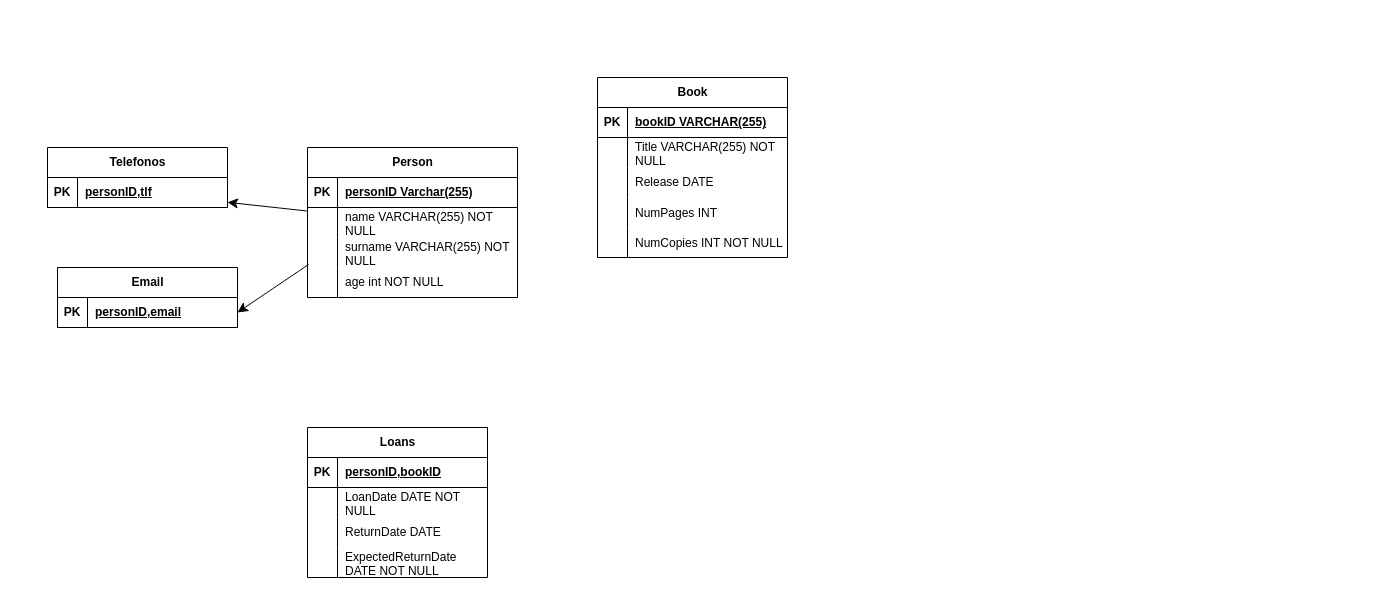
The draw.io diagram Documentation/RelationalDiagram.drawio in nqc-arch/LibraryDatabaseChallenge, before the edit. Source tidied: cells renumbered, new cells numbered last; positions are measured from the earlier drawing's top-left corner, leaving out a move shared by most shapes. Both pictures are drawn from the tidied source at 100%, with x=0, y=0 at pixel (47, 77).
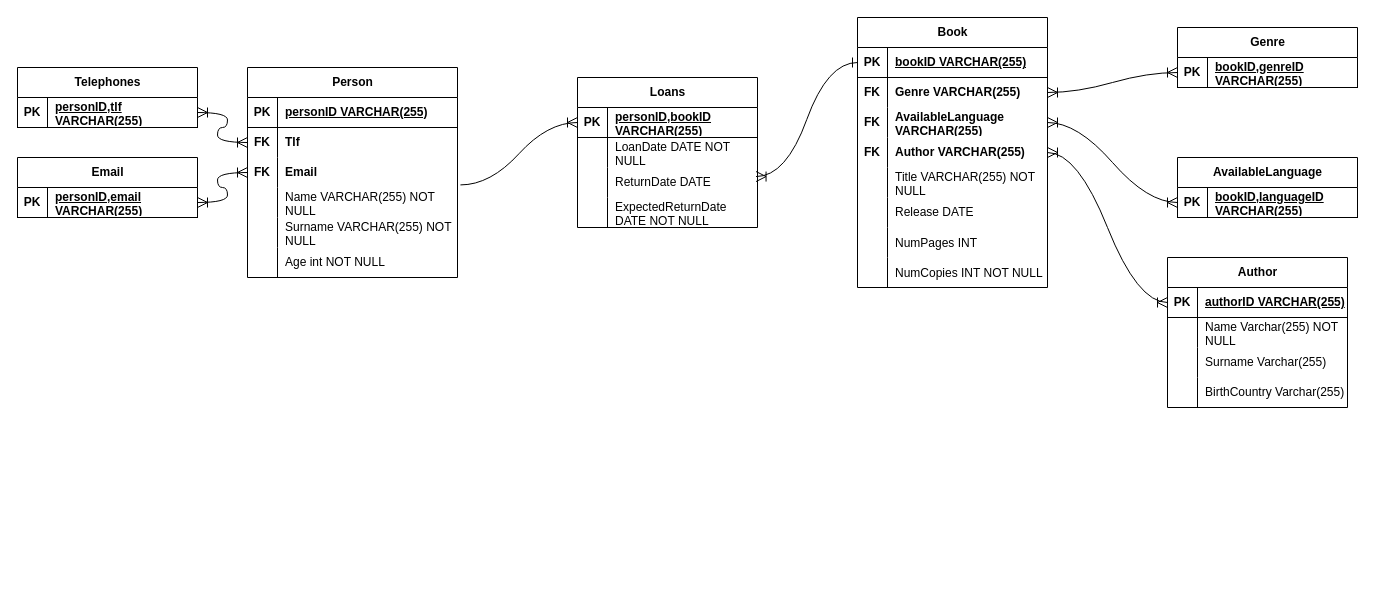
After the change.

Commit message:
relational model almost done

Unchanged cells that the change refers to:
```xml
<mxCell id="4" style="shape=tableRow;horizontal=0;startSize=0;swimlaneHead=0;swimlaneBody=0;fillColor=none;top=0;left=0;right=0;bottom=1;" parent="3" vertex="1">
  <mxGeometry y="30" width="210" height="30" as="geometry" />
</mxCell>
<mxCell id="17" style="shape=tableRow;horizontal=0;startSize=0;swimlaneHead=0;swimlaneBody=0;fillColor=none;points=[[0,0.5],[1,0.5]];portConstraint=eastwest;top=0;left=0;right=0;bottom=1;" parent="16" vertex="1">
  <mxGeometry y="30" width="180" height="30" as="geometry" />
</mxCell>
<mxCell id="21" style="shape=tableRow;horizontal=0;startSize=0;swimlaneHead=0;swimlaneBody=0;fillColor=none;top=0;left=0;right=0;bottom=1;" parent="20" vertex="1">
  <mxGeometry y="30" width="180" height="30" as="geometry" />
</mxCell>
<mxCell id="26" style="shape=tableRow;horizontal=0;startSize=0;swimlaneHead=0;swimlaneBody=0;fillColor=none;points=[[0,0.5],[1,0.5]];portConstraint=eastwest;top=0;left=0;right=0;bottom=1;" parent="25" vertex="1">
  <mxGeometry y="30" width="180" height="30" as="geometry" />
</mxCell>
<mxCell id="32" style="shape=tableRow;horizontal=0;startSize=0;swimlaneHead=0;swimlaneBody=0;fillColor=none;points=[[0,0.5],[1,0.5]];portConstraint=eastwest;top=0;left=0;right=0;bottom=0;" parent="25" vertex="1">
  <mxGeometry y="90" width="180" height="30" as="geometry" />
</mxCell>
<mxCell id="39" style="shape=tableRow;horizontal=0;startSize=0;swimlaneHead=0;swimlaneBody=0;fillColor=none;points=[[0,0.5],[1,0.5]];portConstraint=eastwest;top=0;left=0;right=0;bottom=1;" parent="38" vertex="1">
  <mxGeometry y="30" width="190" height="30" as="geometry" />
</mxCell>
```

Diff of the diagram source:
```diff
@@
-    <mxCell id="2" style="edgeStyle=none;curved=1;rounded=0;jettySize=auto;html=1;fontSize=12;startSize=8;endSize=8;" parent="1" edge="1" source="3" target="17">
-      <mxGeometry relative="1" as="geometry" />
-    </mxCell>
     <mxCell id="3" value="Person" style="shape=table;startSize=30;childLayout=tableLayout;rowLines=0;fontStyle=1;align=center;html=1;" parent="1" vertex="1">
-      <mxGeometry x="260" y="70" width="210" height="150" as="geometry" />
+      <mxGeometry x="200" y="-10" width="210" height="210" as="geometry" />
     </mxCell>
@@
-    <mxCell id="6" value="personID Varchar(255)" style="shape=partialRectangle;fillColor=none;top=0;left=0;bottom=0;right=0;align=left;spacingLeft=6;fontStyle=5;overflow=hidden;whiteSpace=wrap;html=1;" parent="4" vertex="1">
+    <mxCell id="6" value="personID VARCHAR(255)" style="shape=partialRectangle;fillColor=none;top=0;left=0;bottom=0;right=0;align=left;spacingLeft=6;fontStyle=5;overflow=hidden;whiteSpace=wrap;html=1;" parent="4" vertex="1">
       <mxGeometry x="30" width="180" height="30" as="geometry" />
     </mxCell>
+    <mxCell id="54" style="shape=tableRow;horizontal=0;startSize=0;swimlaneHead=0;swimlaneBody=0;fillColor=none;points=[[0,0.5],[1,0.5]];portConstraint=eastwest;top=0;left=0;right=0;bottom=0;" parent="3" vertex="1">
+      <mxGeometry y="60" width="210" height="30" as="geometry" />
+    </mxCell>
+    <mxCell id="55" value="&lt;b&gt;FK&lt;/b&gt;" style="shape=partialRectangle;fillColor=none;top=0;left=0;bottom=0;right=0;fontStyle=0;overflow=hidden;whiteSpace=wrap;html=1;" parent="54" vertex="1">
+      <mxGeometry width="30" height="30" as="geometry" />
+    </mxCell>
+    <mxCell id="56" value="&lt;b&gt;Tlf&lt;/b&gt;" style="shape=partialRectangle;fillColor=none;top=0;left=0;bottom=0;right=0;align=left;spacingLeft=6;fontStyle=0;overflow=hidden;whiteSpace=wrap;html=1;" parent="54" vertex="1">
+      <mxGeometry x="30" width="180" height="30" as="geometry" />
+    </mxCell>
+    <mxCell id="57" style="shape=tableRow;horizontal=0;startSize=0;swimlaneHead=0;swimlaneBody=0;fillColor=none;points=[[0,0.5],[1,0.5]];portConstraint=eastwest;top=0;left=0;right=0;bottom=0;" parent="3" vertex="1">
+      <mxGeometry y="90" width="210" height="30" as="geometry" />
+    </mxCell>
+    <mxCell id="58" value="&lt;b&gt;FK&lt;/b&gt;" style="shape=partialRectangle;fillColor=none;top=0;left=0;bottom=0;right=0;fontStyle=0;overflow=hidden;whiteSpace=wrap;html=1;" parent="57" vertex="1">
+      <mxGeometry width="30" height="30" as="geometry" />
+    </mxCell>
+    <mxCell id="59" value="&lt;b&gt;Email&lt;/b&gt;" style="shape=partialRectangle;fillColor=none;top=0;left=0;bottom=0;right=0;align=left;spacingLeft=6;fontStyle=0;overflow=hidden;whiteSpace=wrap;html=1;" parent="57" vertex="1">
+      <mxGeometry x="30" width="180" height="30" as="geometry" />
+    </mxCell>
     <mxCell id="7" style="shape=tableRow;horizontal=0;startSize=0;swimlaneHead=0;swimlaneBody=0;fillColor=none;points=[[0,0.5],[1,0.5]];portConstraint=eastwest;top=0;left=0;right=0;bottom=0;" parent="3" vertex="1">
-      <mxGeometry y="60" width="210" height="30" as="geometry" />
+      <mxGeometry y="120" width="210" height="30" as="geometry" />
     </mxCell>
@@
-    <mxCell id="9" value="name VARCHAR(255) NOT NULL" style="shape=partialRectangle;fillColor=none;top=0;left=0;bottom=0;right=0;align=left;spacingLeft=6;overflow=hidden;whiteSpace=wrap;html=1;" parent="7" vertex="1">
+    <mxCell id="9" value="Name VARCHAR(255) NOT NULL" style="shape=partialRectangle;fillColor=none;top=0;left=0;bottom=0;right=0;align=left;spacingLeft=6;overflow=hidden;whiteSpace=wrap;html=1;" parent="7" vertex="1">
       <mxGeometry x="30" width="180" height="30" as="geometry" />
     </mxCell>
     <mxCell id="10" style="shape=tableRow;horizontal=0;startSize=0;swimlaneHead=0;swimlaneBody=0;fillColor=none;top=0;left=0;right=0;bottom=0;" parent="3" vertex="1">
-      <mxGeometry y="90" width="210" height="30" as="geometry" />
+      <mxGeometry y="150" width="210" height="30" as="geometry" />
     </mxCell>
@@
-    <mxCell id="12" value="surname VARCHAR(255) NOT NULL" style="shape=partialRectangle;fillColor=none;top=0;left=0;bottom=0;right=0;align=left;spacingLeft=6;overflow=hidden;whiteSpace=wrap;html=1;" parent="10" vertex="1">
+    <mxCell id="12" value="Surname VARCHAR(255) NOT NULL" style="shape=partialRectangle;fillColor=none;top=0;left=0;bottom=0;right=0;align=left;spacingLeft=6;overflow=hidden;whiteSpace=wrap;html=1;" parent="10" vertex="1">
       <mxGeometry x="30" width="180" height="30" as="geometry" />
     </mxCell>
     <mxCell id="13" style="shape=tableRow;horizontal=0;startSize=0;swimlaneHead=0;swimlaneBody=0;fillColor=none;points=[[0,0.5],[1,0.5]];portConstraint=eastwest;top=0;left=0;right=0;bottom=0;" parent="3" vertex="1">
-      <mxGeometry y="120" width="210" height="30" as="geometry" />
+      <mxGeometry y="180" width="210" height="30" as="geometry" />
     </mxCell>
@@
-    <mxCell id="15" value="age int NOT NULL" style="shape=partialRectangle;fillColor=none;top=0;left=0;bottom=0;right=0;align=left;spacingLeft=6;overflow=hidden;whiteSpace=wrap;html=1;" parent="13" vertex="1">
+    <mxCell id="15" value="Age int NOT NULL" style="shape=partialRectangle;fillColor=none;top=0;left=0;bottom=0;right=0;align=left;spacingLeft=6;overflow=hidden;whiteSpace=wrap;html=1;" parent="13" vertex="1">
       <mxGeometry x="30" width="180" height="30" as="geometry" />
     </mxCell>
-    <mxCell id="16" value="&lt;div&gt;Telefonos&lt;/div&gt;" style="shape=table;startSize=30;childLayout=tableLayout;rowLines=0;fontStyle=1;align=center;html=1;" parent="1" vertex="1">
-      <mxGeometry y="70" width="180" height="60" as="geometry" />
+    <mxCell id="16" value="&lt;div&gt;Telephones&lt;/div&gt;" style="shape=table;startSize=30;childLayout=tableLayout;rowLines=0;fontStyle=1;align=center;html=1;" parent="1" vertex="1">
+      <mxGeometry x="-30" y="-10" width="180" height="60" as="geometry" />
     </mxCell>
@@
-    <mxCell id="19" value="personID,tlf" style="shape=partialRectangle;fillColor=none;top=0;left=0;bottom=0;right=0;align=left;spacingLeft=6;fontStyle=5;overflow=hidden;whiteSpace=wrap;html=1;" parent="17" vertex="1">
+    <mxCell id="19" value="personID,tlf VARCHAR(255)" style="shape=partialRectangle;fillColor=none;top=0;left=0;bottom=0;right=0;align=left;spacingLeft=6;fontStyle=5;overflow=hidden;whiteSpace=wrap;html=1;" parent="17" vertex="1">
       <mxGeometry x="30" width="150" height="30" as="geometry" />
     </mxCell>
     <mxCell id="20" value="Email" style="shape=table;startSize=30;childLayout=tableLayout;rowLines=0;fontStyle=1;align=center;html=1;" parent="1" vertex="1">
-      <mxGeometry x="10" y="190" width="180" height="60" as="geometry" />
+      <mxGeometry x="-30" y="80" width="180" height="60" as="geometry" />
     </mxCell>
@@
-    <mxCell id="23" value="personID,email" style="shape=partialRectangle;fillColor=none;top=0;left=0;bottom=0;right=0;align=left;spacingLeft=6;fontStyle=5;overflow=hidden;whiteSpace=wrap;html=1;" parent="21" vertex="1">
+    <mxCell id="23" value="personID,email VARCHAR(255)" style="shape=partialRectangle;fillColor=none;top=0;left=0;bottom=0;right=0;align=left;spacingLeft=6;fontStyle=5;overflow=hidden;whiteSpace=wrap;html=1;" parent="21" vertex="1">
       <mxGeometry x="30" width="150" height="30" as="geometry" />
     </mxCell>
-    <mxCell id="24" style="edgeStyle=none;curved=1;rounded=0;jettySize=auto;html=1;entryX=1;entryY=0.75;entryDx=0;entryDy=0;fontSize=12;startSize=8;endSize=8;exitX=0.005;exitY=-0.1;exitDx=0;exitDy=0;exitPerimeter=0;" parent="1" edge="1" source="13" target="20">
-      <mxGeometry relative="1" as="geometry" />
-    </mxCell>
     <mxCell id="25" value="Loans" style="shape=table;startSize=30;childLayout=tableLayout;rowLines=0;fontStyle=1;align=center;html=1;" parent="1" vertex="1">
-      <mxGeometry x="260" y="350" width="180" height="150" as="geometry" />
+      <mxGeometry x="530" width="180" height="150" as="geometry" />
     </mxCell>
@@
-    <mxCell id="28" value="personID,bookID" style="shape=partialRectangle;fillColor=none;top=0;left=0;bottom=0;right=0;align=left;spacingLeft=6;fontStyle=5;overflow=hidden;whiteSpace=wrap;html=1;" parent="26" vertex="1">
+    <mxCell id="28" value="personID,bookID VARCHAR(255)" style="shape=partialRectangle;fillColor=none;top=0;left=0;bottom=0;right=0;align=left;spacingLeft=6;fontStyle=5;overflow=hidden;whiteSpace=wrap;html=1;" parent="26" vertex="1">
       <mxGeometry x="30" width="150" height="30" as="geometry" />
     </mxCell>
@@
     <mxCell id="38" value="Book" style="shape=table;startSize=30;childLayout=tableLayout;rowLines=0;fontStyle=1;align=center;html=1;" parent="1" vertex="1">
-      <mxGeometry x="550" width="190" height="180" as="geometry" />
+      <mxGeometry x="810" y="-60" width="190" height="270" as="geometry" />
     </mxCell>
@@
+    <mxCell id="60" style="shape=tableRow;horizontal=0;startSize=0;swimlaneHead=0;swimlaneBody=0;fillColor=none;points=[[0,0.5],[1,0.5]];portConstraint=eastwest;top=0;left=0;right=0;bottom=0;" parent="38" vertex="1">
+      <mxGeometry y="60" width="190" height="30" as="geometry" />
+    </mxCell>
+    <mxCell id="61" value="&lt;b&gt;FK&lt;/b&gt;" style="shape=partialRectangle;fillColor=none;top=0;left=0;bottom=0;right=0;fontStyle=0;overflow=hidden;whiteSpace=wrap;html=1;" parent="60" vertex="1">
+      <mxGeometry width="30" height="30" as="geometry" />
+    </mxCell>
+    <mxCell id="62" value="&lt;b&gt;Genre&lt;/b&gt; &lt;b&gt;VARCHAR(255)&lt;/b&gt;" style="shape=partialRectangle;fillColor=none;top=0;left=0;bottom=0;right=0;align=left;spacingLeft=6;fontStyle=0;overflow=hidden;whiteSpace=wrap;html=1;" parent="60" vertex="1">
+      <mxGeometry x="30" width="160" height="30" as="geometry" />
+    </mxCell>
+    <mxCell id="63" style="shape=tableRow;horizontal=0;startSize=0;swimlaneHead=0;swimlaneBody=0;fillColor=none;points=[[0,0.5],[1,0.5]];portConstraint=eastwest;top=0;left=0;right=0;bottom=0;" parent="38" vertex="1">
+      <mxGeometry y="90" width="190" height="30" as="geometry" />
+    </mxCell>
+    <mxCell id="64" value="&lt;b&gt;FK&lt;/b&gt;" style="shape=partialRectangle;fillColor=none;top=0;left=0;bottom=0;right=0;fontStyle=0;overflow=hidden;whiteSpace=wrap;html=1;" parent="63" vertex="1">
+      <mxGeometry width="30" height="30" as="geometry" />
+    </mxCell>
+    <mxCell id="65" value="&lt;b&gt;AvailableLanguage&lt;/b&gt; &lt;b&gt;VARCHAR(255)&lt;/b&gt;" style="shape=partialRectangle;fillColor=none;top=0;left=0;bottom=0;right=0;align=left;spacingLeft=6;fontStyle=0;overflow=hidden;whiteSpace=wrap;html=1;" parent="63" vertex="1">
+      <mxGeometry x="30" width="160" height="30" as="geometry" />
+    </mxCell>
+    <mxCell id="66" style="shape=tableRow;horizontal=0;startSize=0;swimlaneHead=0;swimlaneBody=0;fillColor=none;points=[[0,0.5],[1,0.5]];portConstraint=eastwest;top=0;left=0;right=0;bottom=0;" parent="38" vertex="1">
+      <mxGeometry y="120" width="190" height="30" as="geometry" />
+    </mxCell>
+    <mxCell id="67" value="&lt;b&gt;FK&lt;/b&gt;" style="shape=partialRectangle;fillColor=none;top=0;left=0;bottom=0;right=0;fontStyle=0;overflow=hidden;whiteSpace=wrap;html=1;" parent="66" vertex="1">
+      <mxGeometry width="30" height="30" as="geometry" />
+    </mxCell>
+    <mxCell id="68" value="&lt;b&gt;Author&lt;/b&gt; &lt;b&gt;VARCHAR(255)&lt;/b&gt;" style="shape=partialRectangle;fillColor=none;top=0;left=0;bottom=0;right=0;align=left;spacingLeft=6;fontStyle=0;overflow=hidden;whiteSpace=wrap;html=1;" parent="66" vertex="1">
+      <mxGeometry x="30" width="160" height="30" as="geometry" />
+    </mxCell>
     <mxCell id="42" style="shape=tableRow;horizontal=0;startSize=0;swimlaneHead=0;swimlaneBody=0;fillColor=none;top=0;left=0;right=0;bottom=0;" parent="38" vertex="1">
-      <mxGeometry y="60" width="190" height="30" as="geometry" />
+      <mxGeometry y="150" width="190" height="30" as="geometry" />
     </mxCell>
@@
     <mxCell id="45" style="shape=tableRow;horizontal=0;startSize=0;swimlaneHead=0;swimlaneBody=0;fillColor=none;top=0;left=0;right=0;bottom=0;" parent="38" vertex="1">
-      <mxGeometry y="90" width="190" height="30" as="geometry" />
+      <mxGeometry y="180" width="190" height="30" as="geometry" />
     </mxCell>
@@
     <mxCell id="48" style="shape=tableRow;horizontal=0;startSize=0;swimlaneHead=0;swimlaneBody=0;fillColor=none;top=0;left=0;right=0;bottom=0;" parent="38" vertex="1">
-      <mxGeometry y="120" width="190" height="30" as="geometry" />
+      <mxGeometry y="210" width="190" height="30" as="geometry" />
     </mxCell>
@@
     <mxCell id="51" style="shape=tableRow;horizontal=0;startSize=0;swimlaneHead=0;swimlaneBody=0;fillColor=none;top=0;left=0;right=0;bottom=0;" parent="38" vertex="1">
-      <mxGeometry y="150" width="190" height="30" as="geometry" />
+      <mxGeometry y="240" width="190" height="30" as="geometry" />
     </mxCell>
@@
+    <mxCell id="69" style="edgeStyle=entityRelationEdgeStyle;fontSize=12;html=1;endArrow=ERoneToMany;rounded=0;startSize=8;endSize=8;curved=1;exitX=0;exitY=0.5;exitDx=0;exitDy=0;entryX=1;entryY=0.75;entryDx=0;entryDy=0;startArrow=ERoneToMany;startFill=0;" parent="1" edge="1" source="54" target="16">
+      <mxGeometry relative="1" as="geometry" />
+    </mxCell>
+    <mxCell id="70" style="edgeStyle=entityRelationEdgeStyle;fontSize=12;html=1;endArrow=ERoneToMany;rounded=0;startSize=8;endSize=8;curved=1;exitX=0;exitY=0.5;exitDx=0;exitDy=0;entryX=1;entryY=0.75;entryDx=0;entryDy=0;startArrow=ERoneToMany;startFill=0;" parent="1" edge="1" source="57" target="20">
+      <mxGeometry relative="1" as="geometry" />
+    </mxCell>
+    <mxCell id="71" value="Author" style="shape=table;startSize=30;childLayout=tableLayout;rowLines=0;fontStyle=1;align=center;html=1;" parent="1" vertex="1">
+      <mxGeometry x="1120" y="180" width="180" height="150" as="geometry" />
+    </mxCell>
+    <mxCell id="72" style="shape=tableRow;horizontal=0;startSize=0;swimlaneHead=0;swimlaneBody=0;fillColor=none;points=[[0,0.5],[1,0.5]];portConstraint=eastwest;top=0;left=0;right=0;bottom=1;" parent="71" vertex="1">
+      <mxGeometry y="30" width="180" height="30" as="geometry" />
+    </mxCell>
+    <mxCell id="73" value="PK" style="shape=partialRectangle;fillColor=none;top=0;left=0;bottom=0;right=0;fontStyle=1;overflow=hidden;whiteSpace=wrap;html=1;" parent="72" vertex="1">
+      <mxGeometry width="30" height="30" as="geometry" />
+    </mxCell>
+    <mxCell id="74" value="authorID VARCHAR(255)" style="shape=partialRectangle;fillColor=none;top=0;left=0;bottom=0;right=0;align=left;spacingLeft=6;fontStyle=5;overflow=hidden;whiteSpace=wrap;html=1;" parent="72" vertex="1">
+      <mxGeometry x="30" width="150" height="30" as="geometry" />
+    </mxCell>
+    <mxCell id="75" style="shape=tableRow;horizontal=0;startSize=0;swimlaneHead=0;swimlaneBody=0;fillColor=none;top=0;left=0;right=0;bottom=0;" parent="71" vertex="1">
+      <mxGeometry y="60" width="180" height="30" as="geometry" />
+    </mxCell>
+    <mxCell id="76" style="shape=partialRectangle;fillColor=none;top=0;left=0;bottom=0;right=0;overflow=hidden;whiteSpace=wrap;html=1;" parent="75" vertex="1">
+      <mxGeometry width="30" height="30" as="geometry" />
+    </mxCell>
+    <mxCell id="77" value="Name Varchar(255) NOT NULL" style="shape=partialRectangle;fillColor=none;top=0;left=0;bottom=0;right=0;align=left;spacingLeft=6;overflow=hidden;whiteSpace=wrap;html=1;" parent="75" vertex="1">
+      <mxGeometry x="30" width="150" height="30" as="geometry" />
+    </mxCell>
+    <mxCell id="78" style="shape=tableRow;horizontal=0;startSize=0;swimlaneHead=0;swimlaneBody=0;fillColor=none;top=0;left=0;right=0;bottom=0;" parent="71" vertex="1">
+      <mxGeometry y="90" width="180" height="30" as="geometry" />
+    </mxCell>
+    <mxCell id="79" style="shape=partialRectangle;fillColor=none;top=0;left=0;bottom=0;right=0;overflow=hidden;whiteSpace=wrap;html=1;" parent="78" vertex="1">
+      <mxGeometry width="30" height="30" as="geometry" />
+    </mxCell>
+    <mxCell id="80" value="Surname Varchar(255)" style="shape=partialRectangle;fillColor=none;top=0;left=0;bottom=0;right=0;align=left;spacingLeft=6;overflow=hidden;whiteSpace=wrap;html=1;" parent="78" vertex="1">
+      <mxGeometry x="30" width="150" height="30" as="geometry" />
+    </mxCell>
+    <mxCell id="81" style="shape=tableRow;horizontal=0;startSize=0;swimlaneHead=0;swimlaneBody=0;fillColor=none;top=0;left=0;right=0;bottom=0;" parent="71" vertex="1">
+      <mxGeometry y="120" width="180" height="30" as="geometry" />
+    </mxCell>
+    <mxCell id="82" style="shape=partialRectangle;fillColor=none;top=0;left=0;bottom=0;right=0;overflow=hidden;whiteSpace=wrap;html=1;" parent="81" vertex="1">
+      <mxGeometry width="30" height="30" as="geometry" />
+    </mxCell>
+    <mxCell id="83" value="BirthCountry Varchar(255)" style="shape=partialRectangle;fillColor=none;top=0;left=0;bottom=0;right=0;align=left;spacingLeft=6;overflow=hidden;whiteSpace=wrap;html=1;" parent="81" vertex="1">
+      <mxGeometry x="30" width="150" height="30" as="geometry" />
+    </mxCell>
+    <mxCell id="84" value="Genre" style="shape=table;startSize=30;childLayout=tableLayout;rowLines=0;fontStyle=1;align=center;html=1;" parent="1" vertex="1">
+      <mxGeometry x="1130" y="-50" width="180" height="60" as="geometry" />
+    </mxCell>
+    <mxCell id="85" style="shape=tableRow;horizontal=0;startSize=0;swimlaneHead=0;swimlaneBody=0;fillColor=none;points=[[0,0.5],[1,0.5]];portConstraint=eastwest;top=0;left=0;right=0;bottom=1;" parent="84" vertex="1">
+      <mxGeometry y="30" width="180" height="30" as="geometry" />
+    </mxCell>
+    <mxCell id="86" value="PK" style="shape=partialRectangle;fillColor=none;top=0;left=0;bottom=0;right=0;fontStyle=1;overflow=hidden;whiteSpace=wrap;html=1;" parent="85" vertex="1">
+      <mxGeometry width="30" height="30" as="geometry" />
+    </mxCell>
+    <mxCell id="87" value="bookID,genreID VARCHAR(255)" style="shape=partialRectangle;fillColor=none;top=0;left=0;bottom=0;right=0;align=left;spacingLeft=6;fontStyle=5;overflow=hidden;whiteSpace=wrap;html=1;" parent="85" vertex="1">
+      <mxGeometry x="30" width="150" height="30" as="geometry" />
+    </mxCell>
+    <mxCell id="88" value="AvailableLanguage" style="shape=table;startSize=30;childLayout=tableLayout;rowLines=0;fontStyle=1;align=center;html=1;" parent="1" vertex="1">
+      <mxGeometry x="1130" y="80" width="180" height="60" as="geometry" />
+    </mxCell>
+    <mxCell id="89" style="shape=tableRow;horizontal=0;startSize=0;swimlaneHead=0;swimlaneBody=0;fillColor=none;points=[[0,0.5],[1,0.5]];portConstraint=eastwest;top=0;left=0;right=0;bottom=1;" parent="88" vertex="1">
+      <mxGeometry y="30" width="180" height="30" as="geometry" />
+    </mxCell>
+    <mxCell id="90" value="PK" style="shape=partialRectangle;fillColor=none;top=0;left=0;bottom=0;right=0;fontStyle=1;overflow=hidden;whiteSpace=wrap;html=1;" parent="89" vertex="1">
+      <mxGeometry width="30" height="30" as="geometry" />
+    </mxCell>
+    <mxCell id="91" value="bookID,languageID VARCHAR(255)" style="shape=partialRectangle;fillColor=none;top=0;left=0;bottom=0;right=0;align=left;spacingLeft=6;fontStyle=5;overflow=hidden;whiteSpace=wrap;html=1;" parent="89" vertex="1">
+      <mxGeometry x="30" width="150" height="30" as="geometry" />
+    </mxCell>
+    <mxCell id="92" style="edgeStyle=entityRelationEdgeStyle;fontSize=12;html=1;endArrow=ERoneToMany;startArrow=ERoneToMany;rounded=0;startSize=8;endSize=8;curved=1;exitX=1;exitY=0.5;exitDx=0;exitDy=0;entryX=0;entryY=0.5;entryDx=0;entryDy=0;" parent="1" edge="1" source="60" target="85">
+      <mxGeometry relative="1" as="geometry" />
+    </mxCell>
+    <mxCell id="93" style="edgeStyle=entityRelationEdgeStyle;fontSize=12;html=1;endArrow=ERoneToMany;startArrow=ERoneToMany;rounded=0;startSize=8;endSize=8;curved=1;exitX=1;exitY=0.5;exitDx=0;exitDy=0;entryX=0;entryY=0.5;entryDx=0;entryDy=0;" parent="1" edge="1" source="63" target="89">
+      <mxGeometry relative="1" as="geometry" />
+    </mxCell>
+    <mxCell id="94" style="edgeStyle=entityRelationEdgeStyle;fontSize=12;html=1;endArrow=ERoneToMany;startArrow=ERoneToMany;rounded=0;startSize=8;endSize=8;curved=1;entryX=0;entryY=0.5;entryDx=0;entryDy=0;exitX=1;exitY=0.5;exitDx=0;exitDy=0;" parent="1" edge="1" source="66" target="72">
+      <mxGeometry relative="1" as="geometry" />
+    </mxCell>
+    <mxCell id="95" style="edgeStyle=entityRelationEdgeStyle;fontSize=12;html=1;endArrow=ERoneToMany;rounded=0;startSize=8;endSize=8;curved=1;exitX=1.014;exitY=-0.086;exitDx=0;exitDy=0;exitPerimeter=0;entryX=0;entryY=0.5;entryDx=0;entryDy=0;" parent="1" edge="1" source="7" target="26">
+      <mxGeometry relative="1" as="geometry" />
+    </mxCell>
+    <mxCell id="96" style="edgeStyle=entityRelationEdgeStyle;fontSize=12;html=1;endArrow=ERoneToMany;rounded=0;startSize=8;endSize=8;curved=1;entryX=0.992;entryY=0.302;entryDx=0;entryDy=0;entryPerimeter=0;exitX=0;exitY=0.5;exitDx=0;exitDy=0;startArrow=ERone;startFill=0;" parent="1" edge="1" source="39" target="32">
+      <mxGeometry relative="1" as="geometry" />
+    </mxCell>
```
